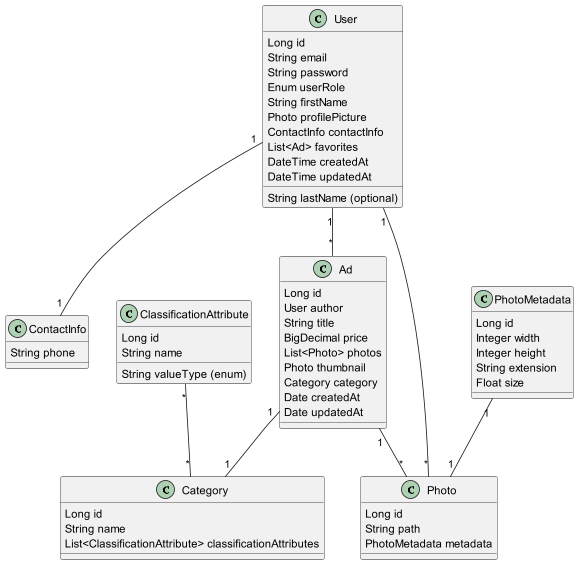
Earlier version of the PlantUML export docs/class-diagrams/basic-class-diagram.png (OleksandrProkopenkoDev/marketplace).
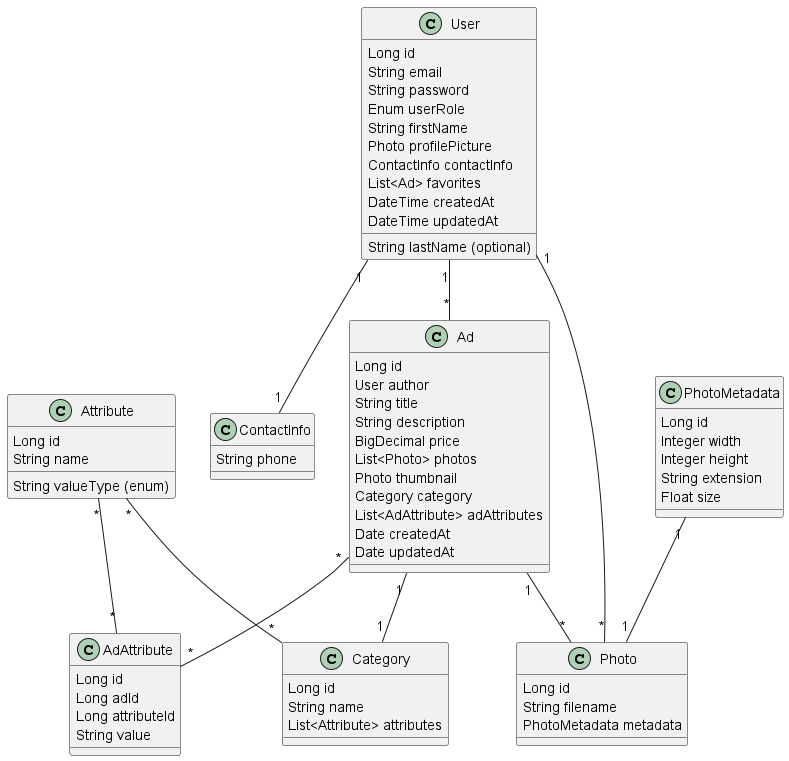
After the change.

Commit message:
adAttribute table, entity and test data script

Diff of the diagram source:
```diff
@@ -22,15 +22,17 @@
   Long id
   User author
   String title
+  String description
   BigDecimal price
   List<Photo> photos
   Photo thumbnail
   Category category
+  List<AdAttribute> adAttributes
   Date createdAt
   Date updatedAt
 }
 
-class ClassificationAttribute {
+class Attribute {
   Long id
   String name
   String valueType (enum)
@@ -39,12 +41,12 @@
 class Category {
   Long id
   String name
-  List<ClassificationAttribute> classificationAttributes
+  List<Attribute> attributes
 }
 
 class Photo {
   Long id
-  String path
+  String filename
   PhotoMetadata metadata
 }
 
@@ -56,13 +58,21 @@
   Float size
 }
 
+class AdAttribute {
+  Long id
+  Long adId
+  Long attributeId
+  String value
+}
+
 
 Ad "1" -- "*" Photo
 Ad "1" -- "1" Category
 User "1" -- "*" Ad
 PhotoMetadata "1" -- "1" Photo
 User "1" -- "*" Photo
-ClassificationAttribute "*" -- "*" Category
+Attribute "*" -- "*" Category
 User "1" -- "1" ContactInfo
-
+Ad "*" -- "*" AdAttribute
+Attribute "*" -- "*" AdAttribute
 @enduml
```
